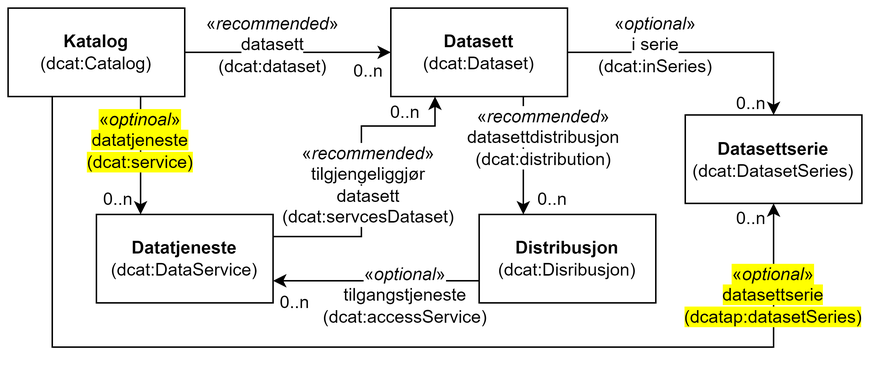
Informasjonsforvaltning/dcat-ap-no keeps this draw.io diagram as docs/images/DCAT-AP-NO-forenklet-modell.png. Above is the earlier version. Source tidied: cells renumbered, new cells last; positions are measured from the earlier drawing's top-left corner, leaving out a move shared by most shapes.
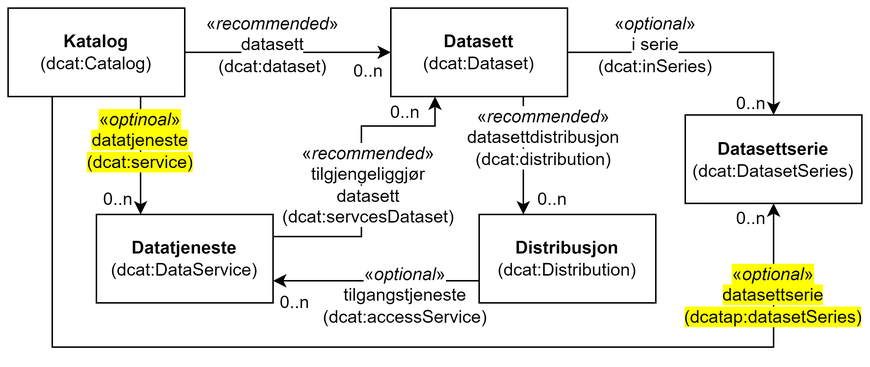
The same file after the commit.

Commit message:
Retter opp skrivefeil i forenklet modell

Change to the diagram source:
```diff
@@ -20,7 +20,7 @@
     <mxCell id="7" value="&lt;b&gt;Datatjeneste&lt;br&gt;&lt;/b&gt;(dcat:DataService)" style="rounded=0;whiteSpace=wrap;html=1;" parent="1" vertex="1">
       <mxGeometry x="60" y="140" width="120" height="60" as="geometry" />
     </mxCell>
-    <mxCell id="8" value="&lt;b&gt;Distribusjon&lt;/b&gt;&lt;br&gt;(dcat:Disribusjon)" style="rounded=0;whiteSpace=wrap;html=1;" parent="1" vertex="1">
+    <mxCell id="8" value="&lt;b&gt;Distribusjon&lt;/b&gt;&lt;br&gt;(dcat:Distribution)" style="rounded=0;whiteSpace=wrap;html=1;" parent="1" vertex="1">
       <mxGeometry x="320" y="140" width="120" height="60" as="geometry" />
     </mxCell>
     <mxCell id="9" style="endArrow=classic;html=1;rounded=0;entryX=0.25;entryY=0;entryDx=0;entryDy=0;exitX=0.75;exitY=1;exitDx=0;exitDy=0;" parent="1" edge="1" source="3" target="8">
```
